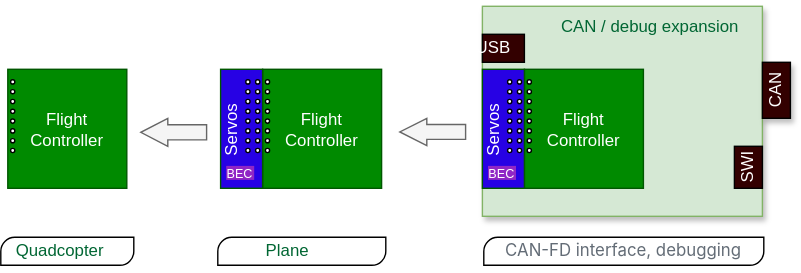
Earlier version of the draw.io export documentation/images/PCB_concept.svg (MomoRC-tech/MoGliFC-Flight-Controller). Source tidied: cells renumbered, new cells last; positions are measured from the earlier drawing's top-left corner, leaving out a move shared by most shapes.
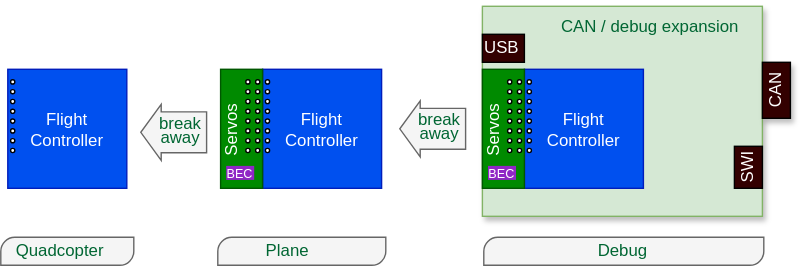
After the commit.

The edit, as a diff of the source:
```diff
@@ -5,10 +5,10 @@
     <mxCell id="2" value="CAN" style="rounded=0;whiteSpace=wrap;html=1;fillColor=#d5e8d4;strokeColor=#82b366;shadow=1;" parent="1" vertex="1">
       <mxGeometry x="344" width="200" height="150" as="geometry" />
     </mxCell>
-    <mxCell id="3" value="Flight&lt;div&gt;Controller&lt;/div&gt;" style="whiteSpace=wrap;html=1;fillColor=#008a00;fontColor=#ffffff;strokeColor=#005700;" parent="1" vertex="1">
+    <mxCell id="3" value="Flight&lt;div&gt;Controller&lt;/div&gt;" style="whiteSpace=wrap;html=1;fillColor=#0050ef;fontColor=#ffffff;strokeColor=#001DBC;" parent="1" vertex="1">
       <mxGeometry x="374" y="45" width="85" height="85" as="geometry" />
     </mxCell>
-    <mxCell id="4" style="rounded=0;whiteSpace=wrap;html=1;fillColor=#2701e4;fontColor=#ffffff;strokeColor=#005700;" parent="1" vertex="1">
+    <mxCell id="4" style="rounded=0;whiteSpace=wrap;html=1;fillColor=#008a00;fontColor=#ffffff;strokeColor=#005700;" parent="1" vertex="1">
       <mxGeometry x="344" y="45" width="30" height="85" as="geometry" />
     </mxCell>
     <mxCell id="5" style="rounded=0;whiteSpace=wrap;html=1;fillColor=#330000;" parent="1" vertex="1">
@@ -105,12 +105,12 @@
       <mxGeometry x="344" y="20" width="30" height="20" as="geometry" />
     </mxCell>
     <mxCell id="36" value="&lt;font color=&quot;#ffffff&quot;&gt;USB&lt;/font&gt;" style="text;html=1;align=center;verticalAlign=middle;whiteSpace=wrap;rounded=0;rotation=0;" parent="1" vertex="1">
-      <mxGeometry x="322" y="15" width="60" height="30" as="geometry" />
+      <mxGeometry x="328" y="15" width="60" height="30" as="geometry" />
     </mxCell>
     <mxCell id="37" value="&lt;font style=&quot;font-size: 9px;&quot;&gt;BEC&lt;/font&gt;" style="rounded=0;whiteSpace=wrap;html=1;fontSize=10;fillColor=#9026c5;strokeColor=none;fontColor=#FFFFFF;" parent="1" vertex="1">
       <mxGeometry x="348" y="114" width="20" height="10" as="geometry" />
     </mxCell>
-    <mxCell id="38" value="Flight&lt;div&gt;Controller&lt;/div&gt;" style="whiteSpace=wrap;html=1;fillColor=#008a00;fontColor=#ffffff;strokeColor=#005700;" parent="1" vertex="1">
+    <mxCell id="38" value="Flight&lt;div&gt;Controller&lt;/div&gt;" style="whiteSpace=wrap;html=1;fillColor=#0050ef;strokeColor=#001DBC;fontColor=#ffffff;" parent="1" vertex="1">
       <mxGeometry x="5" y="45" width="85" height="85" as="geometry" />
     </mxCell>
     <mxCell id="39" style="ellipse;whiteSpace=wrap;html=1;" parent="1" vertex="1">
@@ -137,10 +137,10 @@
     <mxCell id="46" style="ellipse;whiteSpace=wrap;html=1;" parent="1" vertex="1">
       <mxGeometry x="7" y="101.5" width="3" height="3" as="geometry" />
     </mxCell>
-    <mxCell id="47" value="Flight&lt;div&gt;Controller&lt;/div&gt;" style="whiteSpace=wrap;html=1;fillColor=#008a00;fontColor=#ffffff;strokeColor=#005700;" parent="1" vertex="1">
+    <mxCell id="47" value="Flight&lt;div&gt;Controller&lt;/div&gt;" style="whiteSpace=wrap;html=1;fillColor=#0050ef;fontColor=#ffffff;strokeColor=#001DBC;" parent="1" vertex="1">
       <mxGeometry x="187" y="45" width="85" height="85" as="geometry" />
     </mxCell>
-    <mxCell id="48" style="rounded=0;whiteSpace=wrap;html=1;fillColor=#2701e4;fontColor=#ffffff;strokeColor=#005700;" parent="1" vertex="1">
+    <mxCell id="48" style="rounded=0;whiteSpace=wrap;html=1;fillColor=#008a00;fontColor=#ffffff;strokeColor=#005700;" parent="1" vertex="1">
       <mxGeometry x="157" y="45" width="30" height="85" as="geometry" />
     </mxCell>
     <mxCell id="49" style="ellipse;whiteSpace=wrap;html=1;" parent="1" vertex="1">
@@ -221,29 +221,35 @@
     <mxCell id="74" value="&lt;font style=&quot;font-size: 9px;&quot;&gt;BEC&lt;/font&gt;" style="rounded=0;whiteSpace=wrap;html=1;fontSize=10;fillColor=#9026c5;strokeColor=none;fontColor=#FFFFFF;" parent="1" vertex="1">
       <mxGeometry x="161" y="114" width="20" height="10" as="geometry" />
     </mxCell>
-    <mxCell id="75" style="html=1;shadow=0;dashed=0;align=center;verticalAlign=middle;shape=mxgraph.arrows2.arrow;dy=0.46;dx=19.29;flipH=1;notch=0;fillColor=#f5f5f5;fontColor=#333333;strokeColor=#666666;" parent="1" vertex="1">
-      <mxGeometry x="285" y="80" width="47" height="19.5" as="geometry" />
-    </mxCell>
-    <mxCell id="76" style="html=1;shadow=0;dashed=0;align=center;verticalAlign=middle;shape=mxgraph.arrows2.arrow;dy=0.46;dx=19.29;flipH=1;notch=0;fillColor=#f5f5f5;fontColor=#333333;strokeColor=#666666;" parent="1" vertex="1">
-      <mxGeometry x="100" y="80" width="47" height="20" as="geometry" />
+    <mxCell id="76" style="html=1;shadow=0;dashed=0;align=center;verticalAlign=middle;shape=mxgraph.arrows2.arrow;dy=0.27;dx=14.57;flipH=1;notch=0;fillColor=#f5f5f5;fontColor=#333333;strokeColor=#666666;" parent="1" vertex="1">
+      <mxGeometry x="100" y="70" width="47" height="40" as="geometry" />
     </mxCell>
-    <mxCell id="77" style="verticalLabelPosition=bottom;verticalAlign=top;html=1;shape=mxgraph.basic.diag_round_rect;dx=6;whiteSpace=wrap;" parent="1" vertex="1">
+    <mxCell id="77" style="verticalLabelPosition=bottom;verticalAlign=top;html=1;shape=mxgraph.basic.diag_round_rect;dx=6;whiteSpace=wrap;fillColor=#f5f5f5;strokeColor=#666666;fontColor=#333333;" parent="1" vertex="1">
       <mxGeometry y="165" width="95" height="20" as="geometry" />
     </mxCell>
     <mxCell id="78" value="&lt;font color=&quot;#006633&quot;&gt;Quadcopter&lt;/font&gt;" style="text;html=1;align=center;verticalAlign=middle;whiteSpace=wrap;rounded=0;" parent="1" vertex="1">
       <mxGeometry y="160" width="85" height="30" as="geometry" />
     </mxCell>
-    <mxCell id="79" style="verticalLabelPosition=bottom;verticalAlign=top;html=1;shape=mxgraph.basic.diag_round_rect;dx=6;whiteSpace=wrap;" parent="1" vertex="1">
+    <mxCell id="79" style="verticalLabelPosition=bottom;verticalAlign=top;html=1;shape=mxgraph.basic.diag_round_rect;dx=6;whiteSpace=wrap;fillColor=#f5f5f5;fontColor=#333333;strokeColor=#666666;" parent="1" vertex="1">
       <mxGeometry x="155" y="165" width="120" height="20" as="geometry" />
     </mxCell>
     <mxCell id="80" value="&lt;font color=&quot;#006633&quot;&gt;Plane&lt;/font&gt;" style="text;html=1;align=center;verticalAlign=middle;whiteSpace=wrap;rounded=0;" parent="1" vertex="1">
       <mxGeometry x="165" y="160" width="80" height="30" as="geometry" />
     </mxCell>
-    <mxCell id="81" style="verticalLabelPosition=bottom;verticalAlign=top;html=1;shape=mxgraph.basic.diag_round_rect;dx=6;whiteSpace=wrap;" parent="1" vertex="1">
+    <mxCell id="81" style="verticalLabelPosition=bottom;verticalAlign=top;html=1;shape=mxgraph.basic.diag_round_rect;dx=6;whiteSpace=wrap;fillColor=#f5f5f5;strokeColor=#666666;fontColor=#333333;" parent="1" vertex="1">
       <mxGeometry x="345" y="165" width="200" height="20" as="geometry" />
     </mxCell>
-    <mxCell id="82" value="&lt;span style=&quot;color: rgb(99, 108, 118); font-family: -apple-system, BlinkMacSystemFont, &amp;quot;Segoe UI&amp;quot;, &amp;quot;Noto Sans&amp;quot;, Helvetica, Arial, sans-serif, &amp;quot;Apple Color Emoji&amp;quot;, &amp;quot;Segoe UI Emoji&amp;quot;; text-align: start; background-color: rgb(255, 255, 255);&quot;&gt;&lt;font style=&quot;font-size: 12px;&quot;&gt;CAN-FD interface, debugging&lt;/font&gt;&lt;/span&gt;" style="text;html=1;align=center;verticalAlign=middle;whiteSpace=wrap;rounded=0;" parent="1" vertex="1">
-      <mxGeometry x="345" y="160" width="200" height="30" as="geometry" />
-    </mxCell>
+    <mxCell id="83" value="&lt;p style=&quot;line-height: 80%;&quot;&gt;&lt;font color=&quot;#006633&quot;&gt;break&lt;br&gt;away&lt;/font&gt;&lt;/p&gt;" style="text;html=1;align=center;verticalAlign=middle;whiteSpace=wrap;rounded=0;" parent="1" vertex="1">
+      <mxGeometry x="110.5" y="73.5" width="34.5" height="30" as="geometry" />
+    </mxCell>
+    <mxCell id="84" style="html=1;shadow=0;dashed=0;align=center;verticalAlign=middle;shape=mxgraph.arrows2.arrow;dy=0.27;dx=14.57;flipH=1;notch=0;fillColor=#f5f5f5;fontColor=#333333;strokeColor=#666666;" parent="1" vertex="1">
+      <mxGeometry x="285" y="67.5" width="47" height="40" as="geometry" />
+    </mxCell>
+    <mxCell id="85" value="&lt;p style=&quot;line-height: 80%;&quot;&gt;&lt;font color=&quot;#006633&quot;&gt;break&lt;br&gt;away&lt;/font&gt;&lt;/p&gt;" style="text;html=1;align=center;verticalAlign=middle;whiteSpace=wrap;rounded=0;" parent="1" vertex="1">
+      <mxGeometry x="295.5" y="71" width="34.5" height="30" as="geometry" />
+    </mxCell>
+    <mxCell id="86" value="&lt;font color=&quot;#006633&quot;&gt;Debug&lt;/font&gt;" style="text;html=1;align=center;verticalAlign=middle;whiteSpace=wrap;rounded=0;" parent="1" vertex="1">
+      <mxGeometry x="344" y="170" width="201" height="10" as="geometry" />
+    </mxCell>
   </root>
 </mxGraphModel>
```
